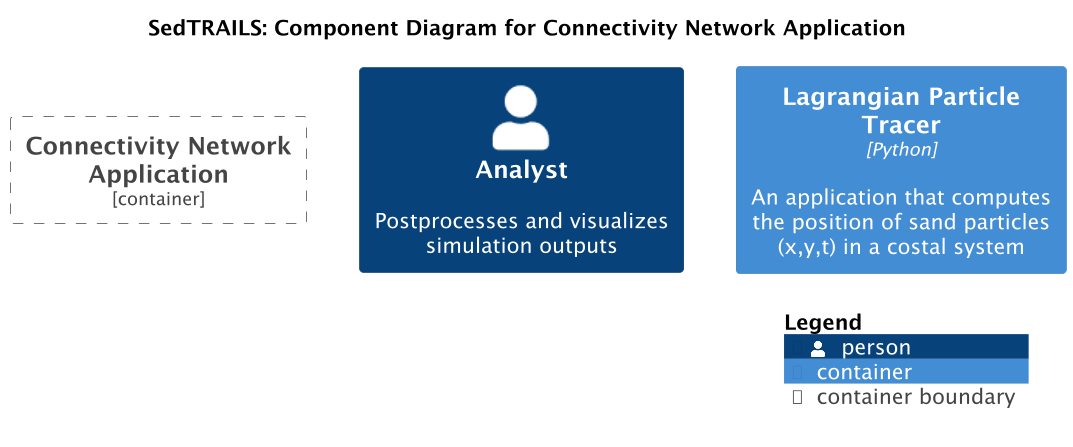
Above: docs/_static/img/architecture/SedtrailComponentsConnectivityNetwork.png in sgpearson17/sedtrails-sgp (PlantUML), before the change.
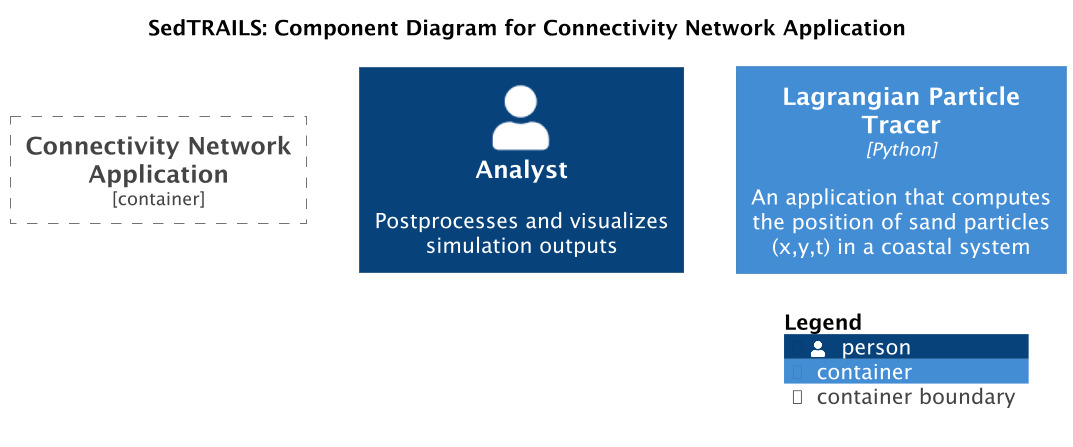
The same diagram one commit later.

Change to the diagram source:
```diff
@@ -14,7 +14,7 @@
 
 }
 
-Container(sedtrailsTracer, "Lagrangian Particle Tracer", "Python", "An application that computes the position of sand particles (x,y,t) in a costal system")
+Container(sedtrailsTracer, "Lagrangian Particle Tracer", "Python", "An application that computes the position of sand particles (x,y,t) in a coastal system")
 
 
 SHOW_LEGEND()
```
